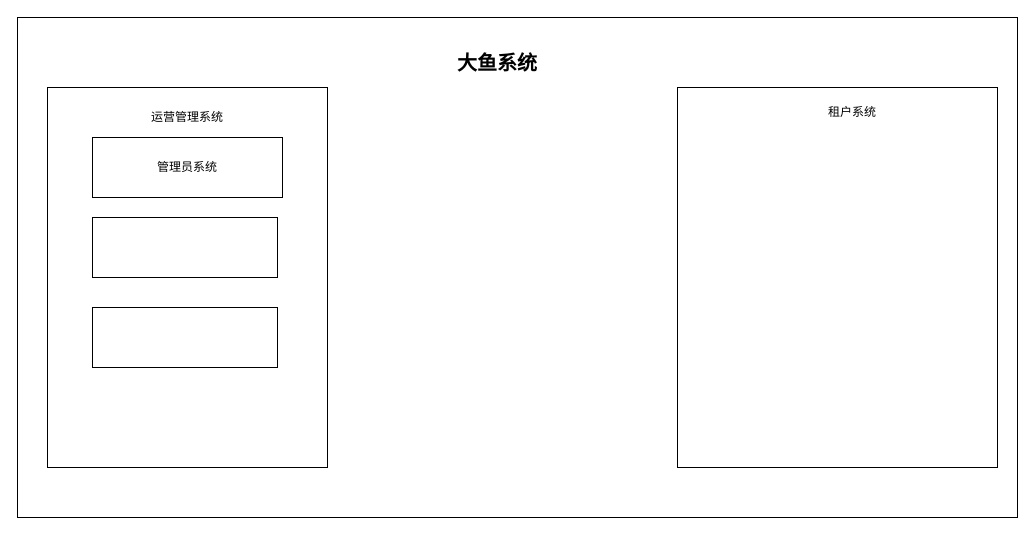
Earlier version of the draw.io diagram 大鱼系统.drawio (wushengqiang/mydoc). Source tidied: cells renumbered, new cells numbered last; positions are measured from the earlier drawing's top-left corner, leaving out a move shared by most shapes. Both pictures are drawn from the tidied source at 100%, with x=0, y=0 at pixel (17, 17).
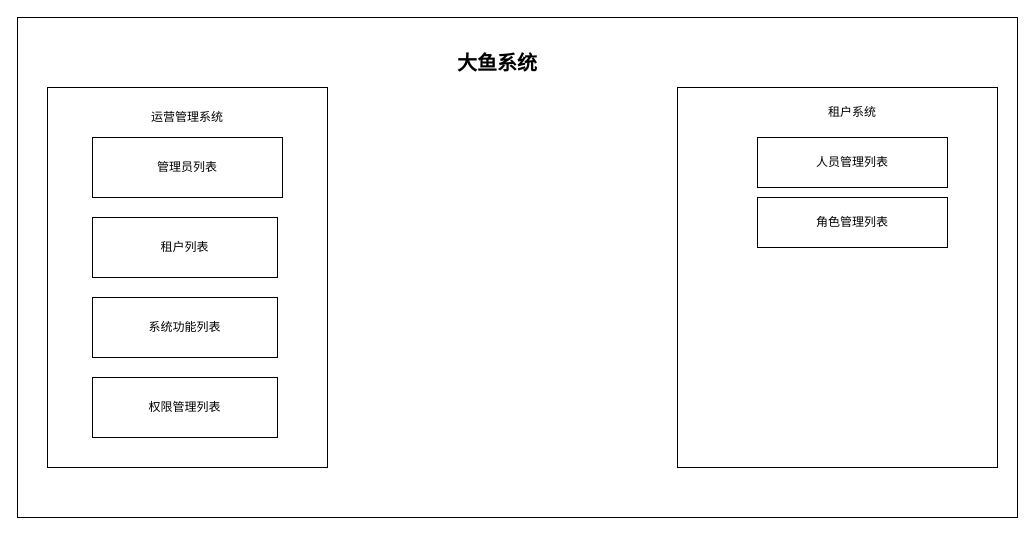
The same page after the edit.

Commit message (it also covers changes not shown here):
更新大鱼系统.drawio

The edit, as a diff of the source:
```diff
@@
 <mxGraphModel>
   <root>
     <mxCell id="0" />
     <mxCell id="1" parent="0" />
     <mxCell id="2" style="rounded=0;whiteSpace=wrap;html=1;" parent="1" vertex="1">
       <mxGeometry width="1000" height="500" as="geometry" />
     </mxCell>
     <mxCell id="3" value="&lt;b&gt;&lt;font style=&quot;font-size: 20px&quot;&gt;大鱼系统&lt;/font&gt;&lt;/b&gt;" style="rounded=0;whiteSpace=wrap;html=1;strokeColor=none;" parent="1" vertex="1">
       <mxGeometry x="320" y="20" width="320" height="50" as="geometry" />
     </mxCell>
     <mxCell id="4" style="rounded=0;whiteSpace=wrap;html=1;" parent="1" vertex="1">
       <mxGeometry x="30" y="70" width="280" height="380" as="geometry" />
     </mxCell>
     <mxCell id="5" style="rounded=0;whiteSpace=wrap;html=1;" parent="1" vertex="1">
       <mxGeometry x="660" y="70" width="320" height="380" as="geometry" />
     </mxCell>
     <mxCell id="6" value="运营管理系统" style="rounded=0;whiteSpace=wrap;html=1;strokeColor=none;" parent="1" vertex="1">
       <mxGeometry x="95" y="80" width="150" height="40" as="geometry" />
     </mxCell>
     <mxCell id="7" value="租户系统" style="rounded=0;whiteSpace=wrap;html=1;strokeColor=none;" parent="1" vertex="1">
       <mxGeometry x="760" y="80" width="150" height="30" as="geometry" />
     </mxCell>
-    <mxCell id="8" value="管理员系统" style="rounded=0;whiteSpace=wrap;html=1;" parent="1" vertex="1">
+    <mxCell id="8" value="管理员列表" style="rounded=0;whiteSpace=wrap;html=1;" parent="1" vertex="1">
       <mxGeometry x="75" y="120" width="190" height="60" as="geometry" />
     </mxCell>
-    <mxCell id="9" style="rounded=0;whiteSpace=wrap;html=1;" parent="1" vertex="1">
+    <mxCell id="9" value="租户列表" style="rounded=0;whiteSpace=wrap;html=1;" parent="1" vertex="1">
       <mxGeometry x="75" y="200" width="185" height="60" as="geometry" />
     </mxCell>
-    <mxCell id="10" style="rounded=0;whiteSpace=wrap;html=1;" parent="1" vertex="1">
-      <mxGeometry x="75" y="290" width="185" height="60" as="geometry" />
+    <mxCell id="10" value="系统功能列表" style="rounded=0;whiteSpace=wrap;html=1;" parent="1" vertex="1">
+      <mxGeometry x="75" y="280" width="185" height="60" as="geometry" />
     </mxCell>
+    <mxCell id="11" value="权限管理列表" style="rounded=0;whiteSpace=wrap;html=1;" parent="1" vertex="1">
+      <mxGeometry x="75" y="360" width="185" height="60" as="geometry" />
+    </mxCell>
+    <mxCell id="12" value="人员管理列表" style="rounded=0;whiteSpace=wrap;html=1;" parent="1" vertex="1">
+      <mxGeometry x="740" y="120" width="190" height="50" as="geometry" />
+    </mxCell>
+    <mxCell id="13" value="角色管理列表" style="rounded=0;whiteSpace=wrap;html=1;" parent="1" vertex="1">
+      <mxGeometry x="740" y="180" width="190" height="50" as="geometry" />
+    </mxCell>
   </root>
 </mxGraphModel>
```
